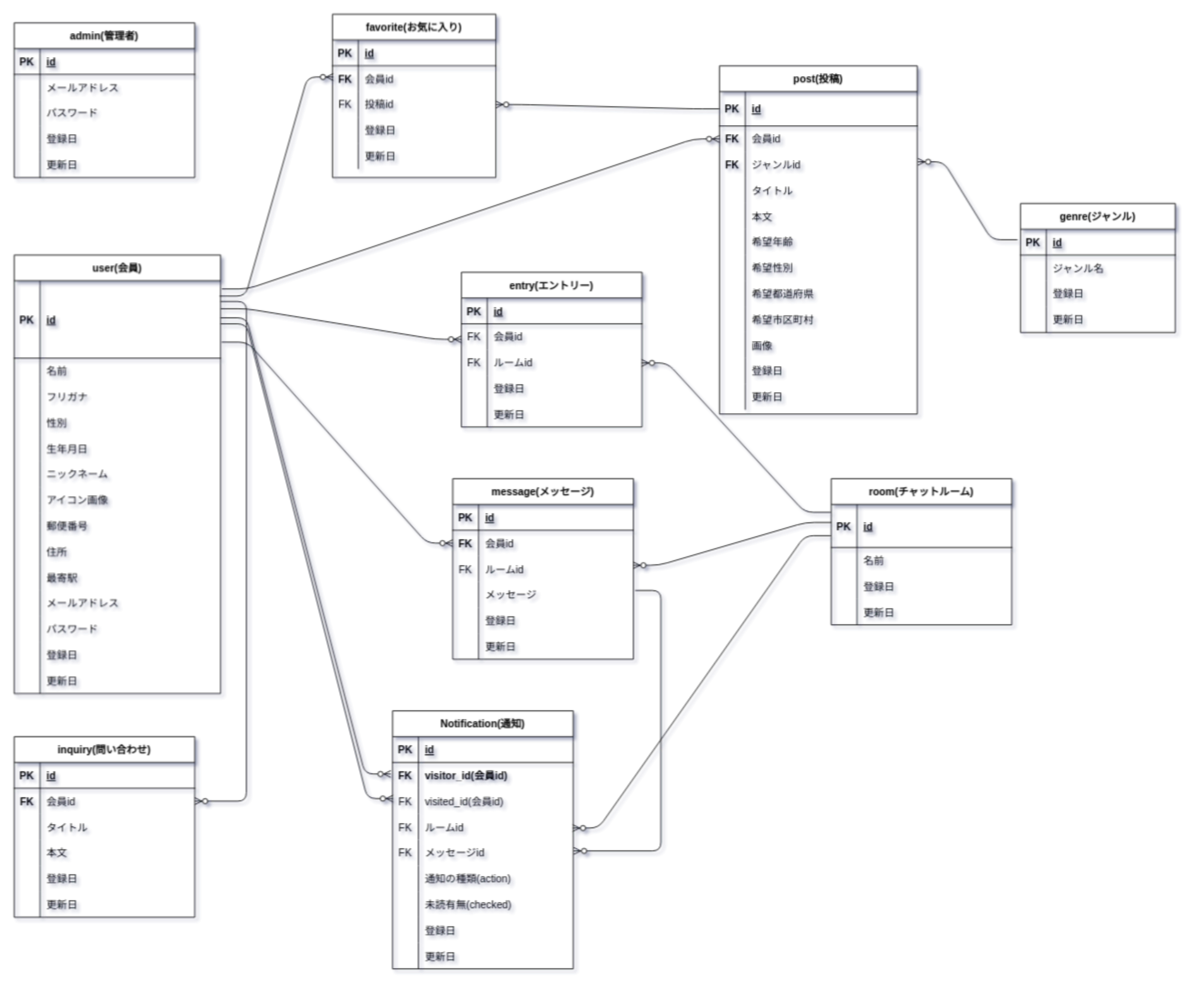
hapi190601/enrich-ity keeps this draw.io diagram as enrich-ity.drawio. Above is the earlier version. Source tidied: cells renumbered, new cells numbered last; positions are measured from the earlier drawing's top-left corner, leaving out a move shared by most shapes. Both pictures are drawn from the tidied source at 86%, with x=0, y=0 at pixel (14, 14).
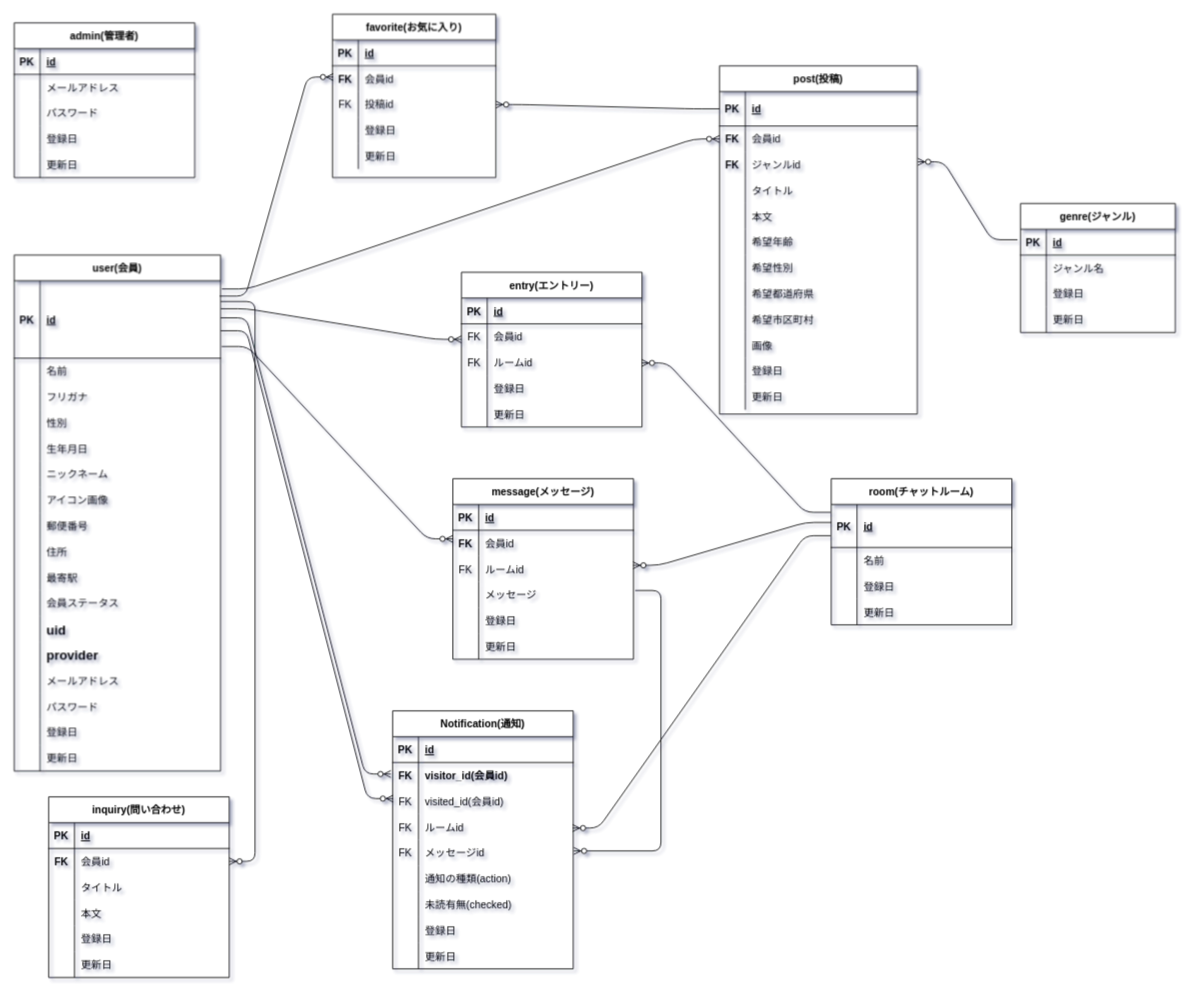
The same diagram, later.

Commit message:
usersテーブルにSNS認証用カラムを追加

The change refers to these unchanged cells:
```xml
<mxCell id="3" style="shape=partialRectangle;fillColor=none;top=0;left=0;bottom=1;right=0;points=[[0,0.5],[1,0.5]];portConstraint=eastwest;" parent="2" vertex="1">
  <mxGeometry y="30" width="240" height="90" as="geometry" />
</mxCell>
<mxCell id="155" style="shape=partialRectangle;fillColor=none;top=0;left=0;bottom=0;right=0;points=[[0,0.5],[1,0.5]];portConstraint=eastwest;" parent="151" vertex="1">
  <mxGeometry y="60" width="210" height="30" as="geometry" />
</mxCell>
<mxCell id="210" style="shape=partialRectangle;fillColor=none;top=0;left=0;bottom=0;right=0;points=[[0,0.5],[1,0.5]];portConstraint=eastwest;" parent="203" vertex="1">
  <mxGeometry y="90" width="210" height="30" as="geometry" />
</mxCell>
```

The edit, as a diff of the source:
```diff
@@
     <mxCell id="2" value="user(会員)" style="shape=table;startSize=30;childLayout=tableLayout;rowLines=0;fontStyle=1;align=center;" parent="1" vertex="1">
-      <mxGeometry y="280" width="240" height="510" as="geometry" />
+      <mxGeometry y="280" width="240" height="600" as="geometry" />
     </mxCell>
@@
+    <mxCell id="235" style="shape=partialRectangle;fillColor=none;top=0;left=0;bottom=0;right=0;" parent="2" vertex="1">
+      <mxGeometry y="390" width="240" height="30" as="geometry" />
+    </mxCell>
+    <mxCell id="236" style="shape=partialRectangle;fillColor=none;top=0;left=0;bottom=0;right=0;overflow=hidden;" parent="235" vertex="1">
+      <mxGeometry width="30" height="30" as="geometry" />
+    </mxCell>
+    <mxCell id="237" value="会員ステータス" style="shape=partialRectangle;fillColor=none;top=0;left=0;bottom=0;right=0;align=left;spacingLeft=6;overflow=hidden;" parent="235" vertex="1">
+      <mxGeometry x="30" width="210" height="30" as="geometry" />
+    </mxCell>
+    <mxCell id="238" style="shape=partialRectangle;fillColor=none;top=0;left=0;bottom=0;right=0;" parent="2" vertex="1">
+      <mxGeometry y="420" width="240" height="30" as="geometry" />
+    </mxCell>
+    <mxCell id="239" style="shape=partialRectangle;fillColor=none;top=0;left=0;bottom=0;right=0;overflow=hidden;" parent="238" vertex="1">
+      <mxGeometry width="30" height="30" as="geometry" />
+    </mxCell>
+    <mxCell id="240" value="uid" style="shape=partialRectangle;fillColor=none;top=0;left=0;bottom=0;right=0;align=left;spacingLeft=6;overflow=hidden;fontStyle=1;fontSize=15;" parent="238" vertex="1">
+      <mxGeometry x="30" width="210" height="30" as="geometry" />
+    </mxCell>
+    <mxCell id="241" style="shape=partialRectangle;fillColor=none;top=0;left=0;bottom=0;right=0;" parent="2" vertex="1">
+      <mxGeometry y="450" width="240" height="30" as="geometry" />
+    </mxCell>
+    <mxCell id="242" style="shape=partialRectangle;fillColor=none;top=0;left=0;bottom=0;right=0;overflow=hidden;" parent="241" vertex="1">
+      <mxGeometry width="30" height="30" as="geometry" />
+    </mxCell>
+    <mxCell id="243" value="provider" style="shape=partialRectangle;fillColor=none;top=0;left=0;bottom=0;right=0;align=left;spacingLeft=6;overflow=hidden;fontStyle=1;fontSize=15;" parent="241" vertex="1">
+      <mxGeometry x="30" width="210" height="30" as="geometry" />
+    </mxCell>
     <mxCell id="33" style="shape=partialRectangle;fillColor=none;top=0;left=0;bottom=0;right=0;" parent="2" vertex="1">
-      <mxGeometry y="390" width="240" height="30" as="geometry" />
+      <mxGeometry y="480" width="240" height="30" as="geometry" />
     </mxCell>
@@
     <mxCell id="36" style="shape=partialRectangle;fillColor=none;top=0;left=0;bottom=0;right=0;" parent="2" vertex="1">
-      <mxGeometry y="420" width="240" height="30" as="geometry" />
+      <mxGeometry y="510" width="240" height="30" as="geometry" />
     </mxCell>
@@
     <mxCell id="39" style="shape=partialRectangle;fillColor=none;top=0;left=0;bottom=0;right=0;" parent="2" vertex="1">
-      <mxGeometry y="450" width="240" height="30" as="geometry" />
+      <mxGeometry y="540" width="240" height="30" as="geometry" />
     </mxCell>
@@
     <mxCell id="42" style="shape=partialRectangle;fillColor=none;top=0;left=0;bottom=0;right=0;" parent="2" vertex="1">
-      <mxGeometry y="480" width="240" height="30" as="geometry" />
+      <mxGeometry y="570" width="240" height="30" as="geometry" />
     </mxCell>
@@
     <mxCell id="131" value="inquiry(問い合わせ)" style="shape=table;startSize=30;childLayout=tableLayout;rowLines=0;fontStyle=1;align=center;" parent="1" vertex="1">
-      <mxGeometry y="840" width="210" height="210" as="geometry" />
+      <mxGeometry x="40" y="910" width="210" height="210" as="geometry" />
     </mxCell>
@@
-    <mxCell id="200" style="edgeStyle=entityRelationEdgeStyle;fontSize=12;html=1;endArrow=ERzeroToMany;endFill=1;exitX=1.005;exitY=0.792;exitDx=0;exitDy=0;exitPerimeter=0;" parent="1" edge="1" source="3" target="155">
-      <mxGeometry relative="1" as="geometry" />
+    <mxCell id="200" style="edgeStyle=entityRelationEdgeStyle;fontSize=12;html=1;endArrow=ERzeroToMany;endFill=1;exitX=1.005;exitY=0.792;exitDx=0;exitDy=0;exitPerimeter=0;" parent="1" edge="1">
+      <mxGeometry relative="1" as="geometry">
+        <mxPoint x="241.2" y="386.3" as="sourcePoint" />
+        <mxPoint x="510" y="610" as="targetPoint" />
+      </mxGeometry>
     </mxCell>
@@
     <mxCell id="232" style="edgeStyle=entityRelationEdgeStyle;fontSize=12;html=1;endArrow=ERzeroToMany;endFill=1;entryX=0.003;entryY=0.4;entryDx=0;entryDy=0;entryPerimeter=0;" parent="1" edge="1" target="210">
       <mxGeometry relative="1" as="geometry">
-        <mxPoint x="240" y="360" as="sourcePoint" />
+        <mxPoint x="240" y="368" as="sourcePoint" />
       </mxGeometry>
     </mxCell>
```
